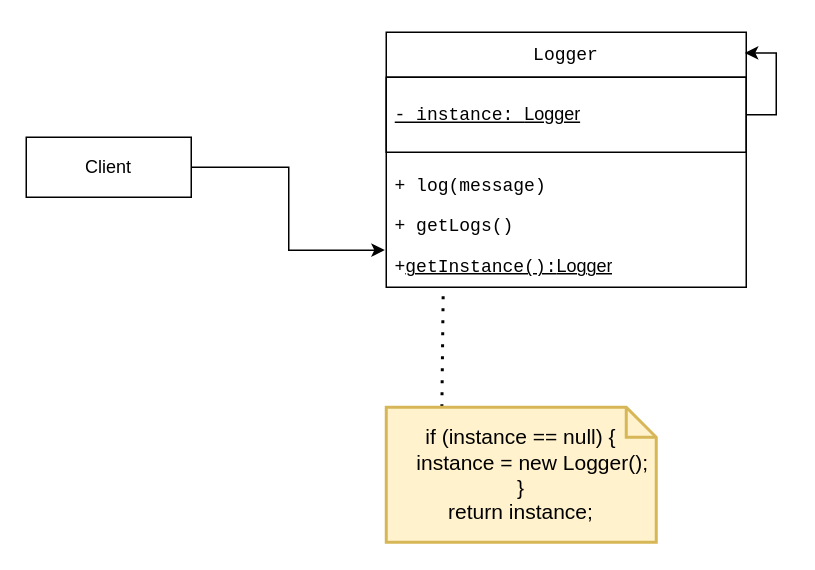
Luis-S4/Tourism-MS keeps this draw.io diagram as Design Patterns/Creational Design/Singleton Pattern/Logger Singleton.drawio. Above is the earlier version. Source tidied: cells renumbered, new cells numbered last; positions are measured from the earlier drawing's top-left corner, leaving out a move shared by most shapes. Both pictures are drawn from the tidied source at 150%, with x=0, y=0 at pixel (26, 32).
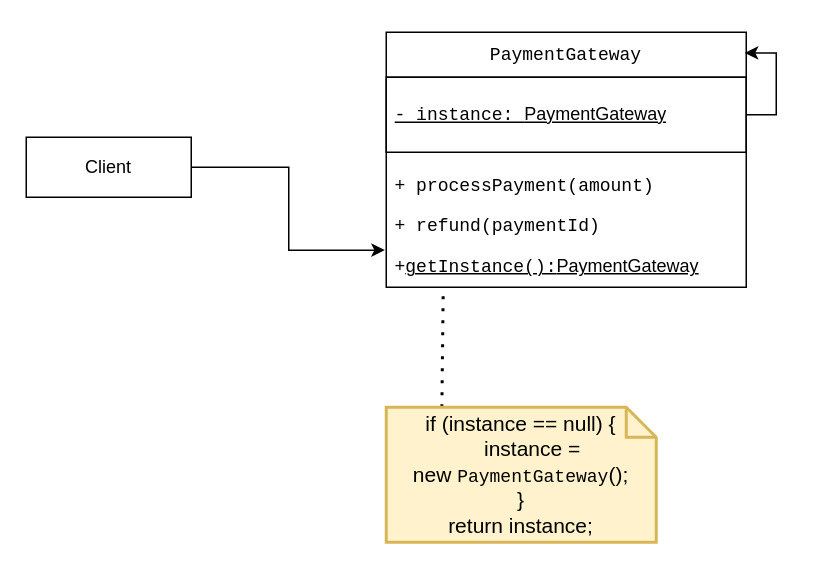
Above is the later version.

What changed in the source:
```diff
@@
 <mxGraphModel>
   <root>
     <mxCell id="0" />
     <mxCell id="1" parent="0" />
-    <mxCell id="2" value="&lt;p data-pm-slice=&quot;1 1 [&amp;quot;ordered_list&amp;quot;,{&amp;quot;spread&amp;quot;:true,&amp;quot;startingNumber&amp;quot;:1,&amp;quot;start&amp;quot;:881,&amp;quot;end&amp;quot;:1381},&amp;quot;regular_list_item&amp;quot;,{&amp;quot;start&amp;quot;:1145,&amp;quot;end&amp;quot;:1245},&amp;quot;list&amp;quot;,{&amp;quot;spread&amp;quot;:false,&amp;quot;start&amp;quot;:1162,&amp;quot;end&amp;quot;:1245},&amp;quot;regular_list_item&amp;quot;,{&amp;quot;start&amp;quot;:1162,&amp;quot;end&amp;quot;:1193}]&quot;&gt;&lt;code&gt;Logger&lt;/code&gt;&lt;/p&gt;" style="swimlane;fontStyle=0;horizontal=1;startSize=30;whiteSpace=wrap;html=1;strokeColor=default;" parent="1" vertex="1">
+    <mxCell id="2" value="&lt;p data-pm-slice=&quot;1 1 [&amp;quot;ordered_list&amp;quot;,{&amp;quot;spread&amp;quot;:true,&amp;quot;startingNumber&amp;quot;:1,&amp;quot;start&amp;quot;:881,&amp;quot;end&amp;quot;:1381},&amp;quot;regular_list_item&amp;quot;,{&amp;quot;start&amp;quot;:1247,&amp;quot;end&amp;quot;:1381},&amp;quot;list&amp;quot;,{&amp;quot;spread&amp;quot;:false,&amp;quot;start&amp;quot;:1272,&amp;quot;end&amp;quot;:1381},&amp;quot;regular_list_item&amp;quot;,{&amp;quot;start&amp;quot;:1272,&amp;quot;end&amp;quot;:1311}]&quot;&gt;&lt;span style=&quot;font-family: monospace;&quot;&gt;PaymentGateway&lt;/span&gt;&lt;/p&gt;" style="swimlane;fontStyle=0;horizontal=1;startSize=30;whiteSpace=wrap;html=1;strokeColor=default;" parent="1" vertex="1">
       <mxGeometry x="240" width="240" height="170" as="geometry" />
     </mxCell>
-    <mxCell id="3" value="&lt;p data-pm-slice=&quot;1 1 [&amp;quot;list&amp;quot;,{&amp;quot;spread&amp;quot;:false,&amp;quot;start&amp;quot;:1055,&amp;quot;end&amp;quot;:1403},&amp;quot;regular_list_item&amp;quot;,{&amp;quot;start&amp;quot;:1093,&amp;quot;end&amp;quot;:1177},&amp;quot;list&amp;quot;,{&amp;quot;spread&amp;quot;:false,&amp;quot;start&amp;quot;:1113,&amp;quot;end&amp;quot;:1177},&amp;quot;regular_list_item&amp;quot;,{&amp;quot;start&amp;quot;:1113,&amp;quot;end&amp;quot;:1177}]&quot;&gt;&lt;code&gt;- instance:&amp;nbsp;&lt;/code&gt;&lt;span style=&quot;background-color: transparent; color: light-dark(rgb(0, 0, 0), rgb(255, 255, 255));&quot;&gt;Logger&lt;/span&gt;&lt;/p&gt;" style="text;strokeColor=default;fillColor=none;align=left;verticalAlign=middle;spacingLeft=4;spacingRight=4;overflow=hidden;points=[[0,0.5],[1,0.5]];portConstraint=eastwest;whiteSpace=wrap;html=1;fontStyle=4;" parent="2" vertex="1">
+    <mxCell id="3" value="&lt;p data-pm-slice=&quot;1 1 [&amp;quot;list&amp;quot;,{&amp;quot;spread&amp;quot;:false,&amp;quot;start&amp;quot;:1055,&amp;quot;end&amp;quot;:1403},&amp;quot;regular_list_item&amp;quot;,{&amp;quot;start&amp;quot;:1093,&amp;quot;end&amp;quot;:1177},&amp;quot;list&amp;quot;,{&amp;quot;spread&amp;quot;:false,&amp;quot;start&amp;quot;:1113,&amp;quot;end&amp;quot;:1177},&amp;quot;regular_list_item&amp;quot;,{&amp;quot;start&amp;quot;:1113,&amp;quot;end&amp;quot;:1177}]&quot;&gt;&lt;code&gt;- instance:&amp;nbsp;&lt;/code&gt;&lt;span style=&quot;background-color: transparent; color: light-dark(rgb(0, 0, 0), rgb(255, 255, 255));&quot;&gt;PaymentGateway&lt;/span&gt;&lt;/p&gt;" style="text;strokeColor=default;fillColor=none;align=left;verticalAlign=middle;spacingLeft=4;spacingRight=4;overflow=hidden;points=[[0,0.5],[1,0.5]];portConstraint=eastwest;whiteSpace=wrap;html=1;fontStyle=4;" parent="2" vertex="1">
       <mxGeometry y="30" width="240" height="50" as="geometry" />
     </mxCell>
     <mxCell id="4" style="edgeStyle=orthogonalEdgeStyle;rounded=0;jettySize=auto;html=1;exitX=1;exitY=0.5;exitDx=0;exitDy=0;entryX=0.996;entryY=0.081;entryDx=0;entryDy=0;entryPerimeter=0;fontFamily=Helvetica;fontSize=12;fontColor=default;fontStyle=0;horizontal=1;" parent="2" edge="1" source="3" target="2">
       <mxGeometry relative="1" as="geometry" />
     </mxCell>
-    <mxCell id="5" value="&lt;p data-pm-slice=&quot;1 1 [&amp;quot;list&amp;quot;,{&amp;quot;spread&amp;quot;:false,&amp;quot;start&amp;quot;:562,&amp;quot;end&amp;quot;:914},&amp;quot;regular_list_item&amp;quot;,{&amp;quot;start&amp;quot;:687,&amp;quot;end&amp;quot;:849},&amp;quot;list&amp;quot;,{&amp;quot;spread&amp;quot;:false,&amp;quot;start&amp;quot;:704,&amp;quot;end&amp;quot;:849},&amp;quot;regular_list_item&amp;quot;,{&amp;quot;start&amp;quot;:704,&amp;quot;end&amp;quot;:770}]&quot;&gt;&lt;code style=&quot;background-color: transparent; color: light-dark(rgb(0, 0, 0), rgb(255, 255, 255));&quot;&gt;&lt;/code&gt;&lt;/p&gt;&lt;p data-pm-slice=&quot;1 1 [&amp;quot;ordered_list&amp;quot;,{&amp;quot;spread&amp;quot;:true,&amp;quot;startingNumber&amp;quot;:1,&amp;quot;start&amp;quot;:881,&amp;quot;end&amp;quot;:1381},&amp;quot;regular_list_item&amp;quot;,{&amp;quot;start&amp;quot;:1007,&amp;quot;end&amp;quot;:1143},&amp;quot;list&amp;quot;,{&amp;quot;spread&amp;quot;:false,&amp;quot;start&amp;quot;:1038,&amp;quot;end&amp;quot;:1143},&amp;quot;regular_list_item&amp;quot;,{&amp;quot;start&amp;quot;:1087,&amp;quot;end&amp;quot;:1143}]&quot;&gt;&lt;code style=&quot;background-color: transparent; color: light-dark(rgb(0, 0, 0), rgb(255, 255, 255));&quot;&gt;&lt;/code&gt;&lt;/p&gt;&lt;p data-pm-slice=&quot;1 1 [&amp;quot;ordered_list&amp;quot;,{&amp;quot;spread&amp;quot;:true,&amp;quot;startingNumber&amp;quot;:1,&amp;quot;start&amp;quot;:881,&amp;quot;end&amp;quot;:1381},&amp;quot;regular_list_item&amp;quot;,{&amp;quot;start&amp;quot;:1145,&amp;quot;end&amp;quot;:1245},&amp;quot;list&amp;quot;,{&amp;quot;spread&amp;quot;:false,&amp;quot;start&amp;quot;:1162,&amp;quot;end&amp;quot;:1245},&amp;quot;regular_list_item&amp;quot;,{&amp;quot;start&amp;quot;:1197,&amp;quot;end&amp;quot;:1245}]&quot;&gt;&lt;code&gt;+ log(message)&lt;/code&gt;&lt;/p&gt;&lt;p data-pm-slice=&quot;1 1 [&amp;quot;ordered_list&amp;quot;,{&amp;quot;spread&amp;quot;:true,&amp;quot;startingNumber&amp;quot;:1,&amp;quot;start&amp;quot;:881,&amp;quot;end&amp;quot;:1381},&amp;quot;regular_list_item&amp;quot;,{&amp;quot;start&amp;quot;:1145,&amp;quot;end&amp;quot;:1245},&amp;quot;list&amp;quot;,{&amp;quot;spread&amp;quot;:false,&amp;quot;start&amp;quot;:1162,&amp;quot;end&amp;quot;:1245},&amp;quot;regular_list_item&amp;quot;,{&amp;quot;start&amp;quot;:1197,&amp;quot;end&amp;quot;:1245}]&quot;&gt;&lt;code&gt;&lt;/code&gt;&lt;/p&gt;&lt;p data-pm-slice=&quot;1 1 [&amp;quot;ordered_list&amp;quot;,{&amp;quot;spread&amp;quot;:true,&amp;quot;startingNumber&amp;quot;:1,&amp;quot;start&amp;quot;:881,&amp;quot;end&amp;quot;:1381},&amp;quot;regular_list_item&amp;quot;,{&amp;quot;start&amp;quot;:1145,&amp;quot;end&amp;quot;:1245},&amp;quot;list&amp;quot;,{&amp;quot;spread&amp;quot;:false,&amp;quot;start&amp;quot;:1162,&amp;quot;end&amp;quot;:1245},&amp;quot;regular_list_item&amp;quot;,{&amp;quot;start&amp;quot;:1197,&amp;quot;end&amp;quot;:1245}]&quot;&gt;&lt;code&gt;+ getLogs()&lt;/code&gt;&lt;/p&gt;&lt;p data-pm-slice=&quot;1 1 [&amp;quot;ordered_list&amp;quot;,{&amp;quot;spread&amp;quot;:true,&amp;quot;startingNumber&amp;quot;:1,&amp;quot;start&amp;quot;:881,&amp;quot;end&amp;quot;:1381},&amp;quot;regular_list_item&amp;quot;,{&amp;quot;start&amp;quot;:1007,&amp;quot;end&amp;quot;:1143},&amp;quot;list&amp;quot;,{&amp;quot;spread&amp;quot;:false,&amp;quot;start&amp;quot;:1038,&amp;quot;end&amp;quot;:1143},&amp;quot;regular_list_item&amp;quot;,{&amp;quot;start&amp;quot;:1087,&amp;quot;end&amp;quot;:1143}]&quot;&gt;&lt;code style=&quot;background-color: transparent; color: light-dark(rgb(0, 0, 0), rgb(255, 255, 255));&quot;&gt;+&lt;u&gt;getInstance():&lt;/u&gt;&lt;/code&gt;&lt;span style=&quot;background-color: transparent; color: light-dark(rgb(0, 0, 0), rgb(255, 255, 255));&quot;&gt;&lt;u&gt;Logger&lt;/u&gt;&lt;/span&gt;&lt;/p&gt;" style="text;strokeColor=none;fillColor=none;align=left;verticalAlign=middle;spacingLeft=4;spacingRight=4;overflow=hidden;points=[[0,0.5],[1,0.5]];portConstraint=eastwest;whiteSpace=wrap;html=1;strokeWidth=14;fontStyle=0;" parent="2" vertex="1">
+    <mxCell id="5" value="&lt;p data-pm-slice=&quot;1 1 [&amp;quot;list&amp;quot;,{&amp;quot;spread&amp;quot;:false,&amp;quot;start&amp;quot;:562,&amp;quot;end&amp;quot;:914},&amp;quot;regular_list_item&amp;quot;,{&amp;quot;start&amp;quot;:687,&amp;quot;end&amp;quot;:849},&amp;quot;list&amp;quot;,{&amp;quot;spread&amp;quot;:false,&amp;quot;start&amp;quot;:704,&amp;quot;end&amp;quot;:849},&amp;quot;regular_list_item&amp;quot;,{&amp;quot;start&amp;quot;:704,&amp;quot;end&amp;quot;:770}]&quot;&gt;&lt;code style=&quot;background-color: transparent; color: light-dark(rgb(0, 0, 0), rgb(255, 255, 255));&quot;&gt;&lt;/code&gt;&lt;/p&gt;&lt;p data-pm-slice=&quot;1 1 [&amp;quot;ordered_list&amp;quot;,{&amp;quot;spread&amp;quot;:true,&amp;quot;startingNumber&amp;quot;:1,&amp;quot;start&amp;quot;:881,&amp;quot;end&amp;quot;:1381},&amp;quot;regular_list_item&amp;quot;,{&amp;quot;start&amp;quot;:1007,&amp;quot;end&amp;quot;:1143},&amp;quot;list&amp;quot;,{&amp;quot;spread&amp;quot;:false,&amp;quot;start&amp;quot;:1038,&amp;quot;end&amp;quot;:1143},&amp;quot;regular_list_item&amp;quot;,{&amp;quot;start&amp;quot;:1087,&amp;quot;end&amp;quot;:1143}]&quot;&gt;&lt;code style=&quot;background-color: transparent; color: light-dark(rgb(0, 0, 0), rgb(255, 255, 255));&quot;&gt;&lt;/code&gt;&lt;/p&gt;&lt;p data-pm-slice=&quot;1 1 [&amp;quot;ordered_list&amp;quot;,{&amp;quot;spread&amp;quot;:true,&amp;quot;startingNumber&amp;quot;:1,&amp;quot;start&amp;quot;:881,&amp;quot;end&amp;quot;:1381},&amp;quot;regular_list_item&amp;quot;,{&amp;quot;start&amp;quot;:1247,&amp;quot;end&amp;quot;:1381},&amp;quot;list&amp;quot;,{&amp;quot;spread&amp;quot;:false,&amp;quot;start&amp;quot;:1272,&amp;quot;end&amp;quot;:1381},&amp;quot;regular_list_item&amp;quot;,{&amp;quot;start&amp;quot;:1315,&amp;quot;end&amp;quot;:1381}]&quot;&gt;&lt;code&gt;+ processPayment(amount)&lt;/code&gt;&lt;/p&gt;&lt;p data-pm-slice=&quot;1 1 [&amp;quot;ordered_list&amp;quot;,{&amp;quot;spread&amp;quot;:true,&amp;quot;startingNumber&amp;quot;:1,&amp;quot;start&amp;quot;:881,&amp;quot;end&amp;quot;:1381},&amp;quot;regular_list_item&amp;quot;,{&amp;quot;start&amp;quot;:1247,&amp;quot;end&amp;quot;:1381},&amp;quot;list&amp;quot;,{&amp;quot;spread&amp;quot;:false,&amp;quot;start&amp;quot;:1272,&amp;quot;end&amp;quot;:1381},&amp;quot;regular_list_item&amp;quot;,{&amp;quot;start&amp;quot;:1315,&amp;quot;end&amp;quot;:1381}]&quot;&gt;&lt;code&gt;&lt;/code&gt;&lt;/p&gt;&lt;p data-pm-slice=&quot;1 1 [&amp;quot;ordered_list&amp;quot;,{&amp;quot;spread&amp;quot;:true,&amp;quot;startingNumber&amp;quot;:1,&amp;quot;start&amp;quot;:881,&amp;quot;end&amp;quot;:1381},&amp;quot;regular_list_item&amp;quot;,{&amp;quot;start&amp;quot;:1247,&amp;quot;end&amp;quot;:1381},&amp;quot;list&amp;quot;,{&amp;quot;spread&amp;quot;:false,&amp;quot;start&amp;quot;:1272,&amp;quot;end&amp;quot;:1381},&amp;quot;regular_list_item&amp;quot;,{&amp;quot;start&amp;quot;:1315,&amp;quot;end&amp;quot;:1381}]&quot;&gt;&lt;code&gt;+ refund(paymentId)&lt;/code&gt;&lt;/p&gt;&lt;p data-pm-slice=&quot;1 1 [&amp;quot;ordered_list&amp;quot;,{&amp;quot;spread&amp;quot;:true,&amp;quot;startingNumber&amp;quot;:1,&amp;quot;start&amp;quot;:881,&amp;quot;end&amp;quot;:1381},&amp;quot;regular_list_item&amp;quot;,{&amp;quot;start&amp;quot;:1007,&amp;quot;end&amp;quot;:1143},&amp;quot;list&amp;quot;,{&amp;quot;spread&amp;quot;:false,&amp;quot;start&amp;quot;:1038,&amp;quot;end&amp;quot;:1143},&amp;quot;regular_list_item&amp;quot;,{&amp;quot;start&amp;quot;:1087,&amp;quot;end&amp;quot;:1143}]&quot;&gt;&lt;code style=&quot;background-color: transparent; color: light-dark(rgb(0, 0, 0), rgb(255, 255, 255));&quot;&gt;+&lt;u&gt;getInstance():&lt;/u&gt;&lt;/code&gt;&lt;span style=&quot;background-color: transparent; color: light-dark(rgb(0, 0, 0), rgb(255, 255, 255));&quot;&gt;&lt;u&gt;PaymentGateway&lt;/u&gt;&lt;/span&gt;&lt;/p&gt;" style="text;strokeColor=none;fillColor=none;align=left;verticalAlign=middle;spacingLeft=4;spacingRight=4;overflow=hidden;points=[[0,0.5],[1,0.5]];portConstraint=eastwest;whiteSpace=wrap;html=1;strokeWidth=14;fontStyle=0;" parent="2" vertex="1">
       <mxGeometry y="80" width="240" height="90" as="geometry" />
     </mxCell>
     <mxCell id="6" value="Client" style="rounded=0;whiteSpace=wrap;html=1;strokeColor=default;align=center;verticalAlign=middle;fontFamily=Helvetica;fontSize=12;fontColor=default;fontStyle=0;horizontal=1;fillColor=default;" parent="1" vertex="1">
       <mxGeometry y="70" width="110" height="40" as="geometry" />
     </mxCell>
     <mxCell id="7" style="edgeStyle=orthogonalEdgeStyle;rounded=0;jettySize=auto;html=1;entryX=-0.004;entryY=0.725;entryDx=0;entryDy=0;entryPerimeter=0;fontFamily=Helvetica;fontSize=12;fontColor=default;fontStyle=0;horizontal=1;" parent="1" edge="1" source="6" target="5">
       <mxGeometry relative="1" as="geometry" />
     </mxCell>
     <mxCell id="8" style="endArrow=none;dashed=1;html=1;dashPattern=1 3;strokeWidth=2;rounded=0;fontFamily=Helvetica;fontSize=12;fontColor=default;fontStyle=0;horizontal=1;exitX=0.206;exitY=0;exitDx=0;exitDy=0;exitPerimeter=0;" parent="1" edge="1" source="9">
       <mxGeometry relative="1" as="geometry">
         <mxPoint x="278" y="170" as="targetPoint" />
       </mxGeometry>
     </mxCell>
-    <mxCell id="9" value="&lt;div&gt;&lt;font style=&quot;color: rgb(0, 0, 0);&quot;&gt;if (instance == null) {&lt;/font&gt;&lt;/div&gt;&lt;div&gt;&lt;font style=&quot;color: rgb(0, 0, 0);&quot;&gt;&amp;nbsp; &amp;nbsp; instance = new&amp;nbsp;&lt;span style=&quot;color: light-dark(rgb(0, 0, 0), rgb(237, 237, 237)); background-color: transparent;&quot;&gt;Logger&lt;/span&gt;&lt;span style=&quot;background-color: transparent; color: light-dark(rgb(0, 0, 0), rgb(237, 237, 237));&quot;&gt;();&lt;/span&gt;&lt;br&gt;&lt;/font&gt;&lt;/div&gt;&lt;div&gt;&lt;font style=&quot;color: rgb(0, 0, 0);&quot;&gt;}&lt;/font&gt;&lt;/div&gt;&lt;div&gt;&lt;font style=&quot;color: rgb(0, 0, 0);&quot;&gt;return instance;&lt;/font&gt;&lt;/div&gt;" style="shape=note;strokeWidth=2;fontSize=14;size=20;whiteSpace=wrap;html=1;fillColor=#fff2cc;strokeColor=#d6b656;fontColor=#666600;align=center;verticalAlign=middle;fontFamily=Helvetica;fontStyle=0;horizontal=1;" parent="1" vertex="1">
+    <mxCell id="9" value="&lt;div&gt;&lt;font style=&quot;color: rgb(0, 0, 0);&quot;&gt;if (instance == null) {&lt;/font&gt;&lt;/div&gt;&lt;div&gt;&lt;font style=&quot;color: rgb(0, 0, 0);&quot;&gt;&amp;nbsp; &amp;nbsp; instance = new&amp;nbsp;&lt;span style=&quot;font-family: monospace; font-size: 12px;&quot;&gt;PaymentGateway&lt;/span&gt;&lt;span style=&quot;background-color: transparent; color: light-dark(rgb(0, 0, 0), rgb(237, 237, 237));&quot;&gt;();&lt;/span&gt;&lt;br&gt;&lt;/font&gt;&lt;/div&gt;&lt;div&gt;&lt;font style=&quot;color: rgb(0, 0, 0);&quot;&gt;}&lt;/font&gt;&lt;/div&gt;&lt;div&gt;&lt;font style=&quot;color: rgb(0, 0, 0);&quot;&gt;return instance;&lt;/font&gt;&lt;/div&gt;" style="shape=note;strokeWidth=2;fontSize=14;size=20;whiteSpace=wrap;html=1;fillColor=#fff2cc;strokeColor=#d6b656;fontColor=#666600;align=center;verticalAlign=middle;fontFamily=Helvetica;fontStyle=0;horizontal=1;" parent="1" vertex="1">
       <mxGeometry x="240" y="250" width="180" height="90" as="geometry" />
     </mxCell>
   </root>
 </mxGraphModel>
```
